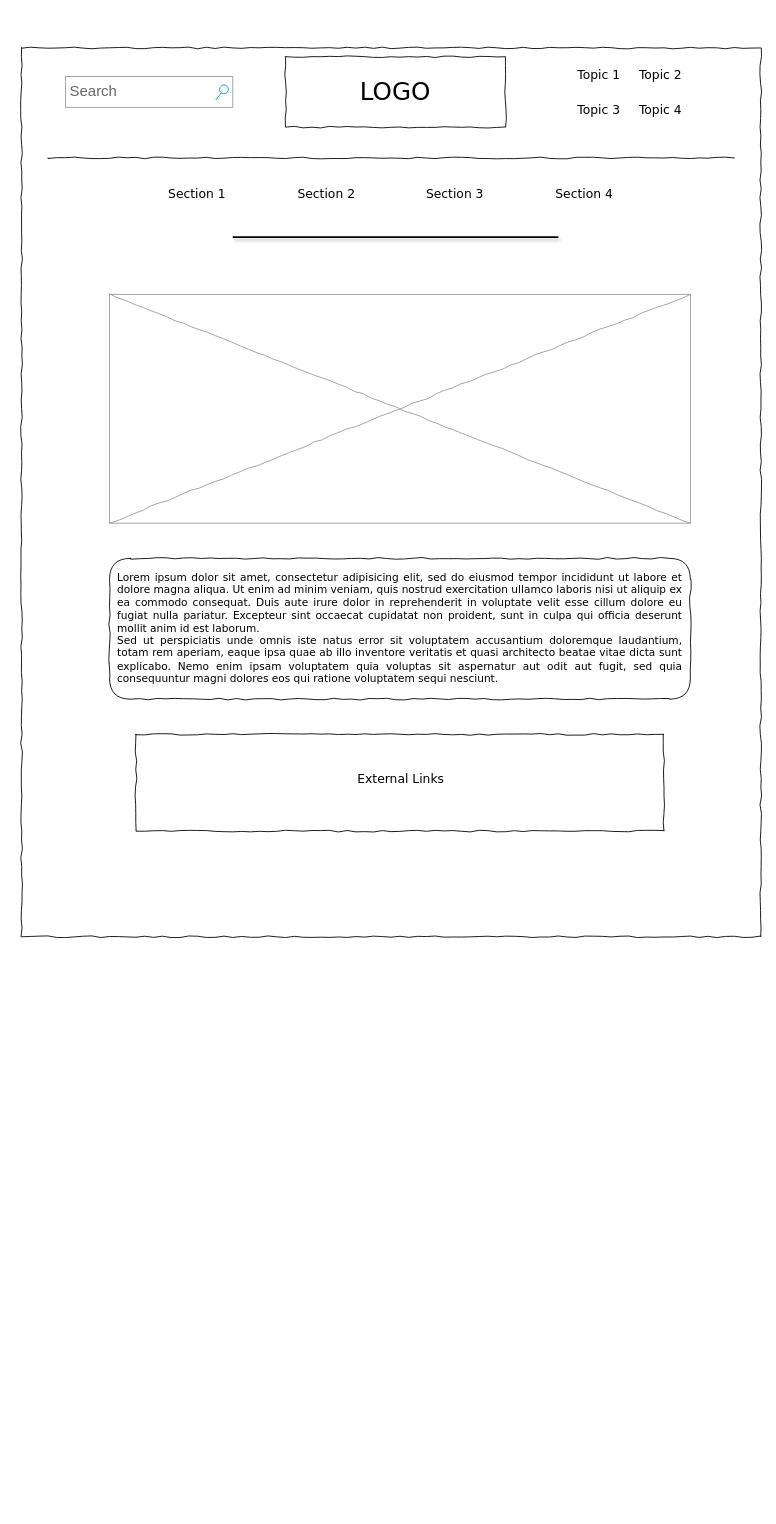
Before: Mobile-wireframe.drawio in kicknback/Portfolio, a draw.io diagram. Source tidied: cells renumbered, new cells numbered last; positions are measured from the earlier drawing's top-left corner, leaving out a move shared by most shapes. Both pictures are drawn from the tidied source at 88%, with x=0, y=0 at pixel (21, 48).
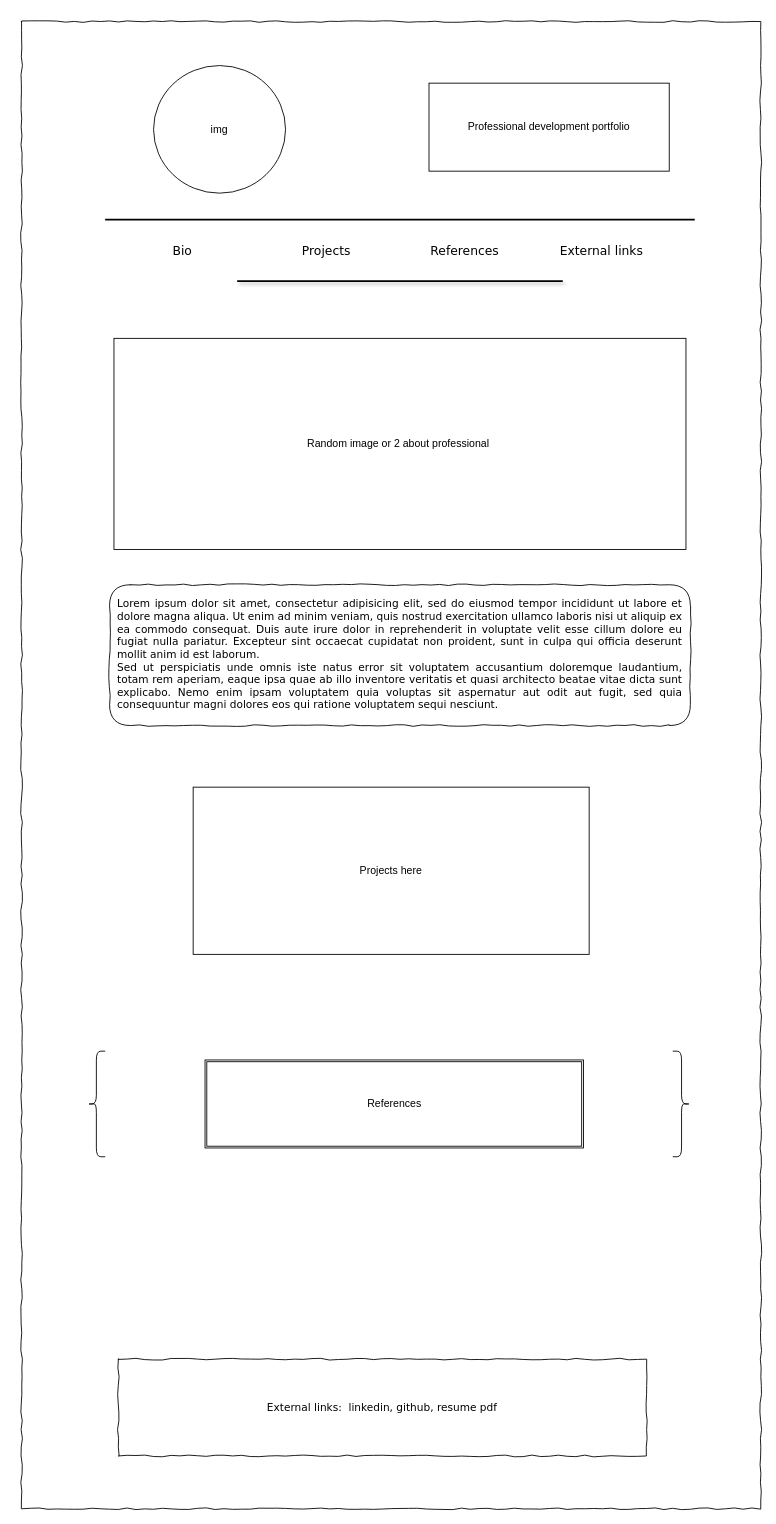
Above is the later version.

What changed in the source:
```diff
@@
 <mxGraphModel background="#ffffff">
   <root>
     <mxCell id="0" />
     <mxCell id="1" parent="0" />
     <mxCell id="2" style="edgeStyle=orthogonalEdgeStyle;rounded=0;orthogonalLoop=1;jettySize=auto;html=1;exitX=0;exitY=0;exitDx=0;exitDy=0;entryX=0;entryY=0;entryDx=0;entryDy=0;" parent="1" edge="1" source="3" target="3">
       <mxGeometry relative="1" as="geometry" />
     </mxCell>
     <mxCell id="3" style="whiteSpace=wrap;html=1;rounded=0;shadow=0;labelBackgroundColor=none;strokeColor=#000000;strokeWidth=1;fillColor=none;fontFamily=Verdana;fontSize=12;fontColor=#000000;align=center;comic=1;" parent="1" vertex="1">
-      <mxGeometry width="840" height="1010" as="geometry" />
+      <mxGeometry y="-30" width="840" height="1690" as="geometry" />
     </mxCell>
-    <mxCell id="4" value="LOGO" style="whiteSpace=wrap;html=1;rounded=0;shadow=0;labelBackgroundColor=none;strokeWidth=1;fontFamily=Verdana;fontSize=28;align=center;comic=1;" parent="1" vertex="1">
-      <mxGeometry x="300" y="10" width="250" height="80" as="geometry" />
-    </mxCell>
-    <mxCell id="5" value="Search" style="strokeWidth=1;shadow=0;dashed=0;align=center;html=1;shape=mxgraph.mockup.forms.searchBox;strokeColor=#999999;mainText=;strokeColor2=#008cff;fontColor=#666666;fontSize=17;align=left;spacingLeft=3;rounded=0;labelBackgroundColor=none;comic=1;" parent="1" vertex="1">
-      <mxGeometry x="50" y="32.5" width="190" height="35" as="geometry" />
-    </mxCell>
-    <mxCell id="6" value="Topic 1" style="text;html=1;align=left;verticalAlign=top;spacingTop=-4;fontSize=14;fontFamily=Verdana;" parent="1" vertex="1">
-      <mxGeometry x="630" y="20" width="60" height="20" as="geometry" />
-    </mxCell>
-    <mxCell id="7" value="Topic 2" style="text;html=1;align=left;verticalAlign=top;spacingTop=-4;fontSize=14;fontFamily=Verdana;" parent="1" vertex="1">
-      <mxGeometry x="700" y="20" width="60" height="20" as="geometry" />
-    </mxCell>
-    <mxCell id="8" value="Topic 3" style="text;html=1;align=left;verticalAlign=top;spacingTop=-4;fontSize=14;fontFamily=Verdana;" parent="1" vertex="1">
-      <mxGeometry x="630" y="60" width="60" height="20" as="geometry" />
-    </mxCell>
-    <mxCell id="9" value="Topic 4" style="text;html=1;align=left;verticalAlign=top;spacingTop=-4;fontSize=14;fontFamily=Verdana;" parent="1" vertex="1">
-      <mxGeometry x="700" y="60" width="60" height="20" as="geometry" />
-    </mxCell>
-    <mxCell id="10" style="line;strokeWidth=1;html=1;rounded=0;shadow=0;labelBackgroundColor=none;fillColor=none;fontFamily=Verdana;fontSize=14;fontColor=#000000;align=center;comic=1;" parent="1" vertex="1">
-      <mxGeometry x="30" y="120" width="780" height="10" as="geometry" />
-    </mxCell>
-    <mxCell id="11" value="Section 1" style="text;html=1;align=left;verticalAlign=top;spacingTop=-4;fontSize=14;fontFamily=Verdana;" parent="1" vertex="1">
-      <mxGeometry x="165" y="155" width="60" height="20" as="geometry" />
+    <mxCell id="11" value="Bio" style="text;html=1;align=left;verticalAlign=top;spacingTop=-4;fontSize=14;fontFamily=Verdana;" parent="1" vertex="1">
+      <mxGeometry x="170" y="220" width="60" height="20" as="geometry" />
     </mxCell>
-    <mxCell id="12" value="Section 2" style="text;html=1;align=left;verticalAlign=top;spacingTop=-4;fontSize=14;fontFamily=Verdana;" parent="1" vertex="1">
-      <mxGeometry x="312" y="155" width="60" height="20" as="geometry" />
+    <mxCell id="12" value="Projects" style="text;html=1;align=left;verticalAlign=top;spacingTop=-4;fontSize=14;fontFamily=Verdana;" parent="1" vertex="1">
+      <mxGeometry x="317" y="220" width="60" height="20" as="geometry" />
     </mxCell>
-    <mxCell id="13" value="Section 3" style="text;html=1;align=left;verticalAlign=top;spacingTop=-4;fontSize=14;fontFamily=Verdana;" parent="1" vertex="1">
-      <mxGeometry x="458" y="155" width="60" height="20" as="geometry" />
+    <mxCell id="13" value="References" style="text;html=1;align=left;verticalAlign=top;spacingTop=-4;fontSize=14;fontFamily=Verdana;" parent="1" vertex="1">
+      <mxGeometry x="463" y="220" width="60" height="20" as="geometry" />
     </mxCell>
-    <mxCell id="14" value="Section 4" style="text;html=1;align=left;verticalAlign=top;spacingTop=-4;fontSize=14;fontFamily=Verdana;" parent="1" vertex="1">
-      <mxGeometry x="605" y="155" width="60" height="20" as="geometry" />
+    <mxCell id="14" value="External links" style="text;html=1;align=left;verticalAlign=top;spacingTop=-4;fontSize=14;fontFamily=Verdana;" parent="1" vertex="1">
+      <mxGeometry x="610" y="220" width="60" height="20" as="geometry" />
     </mxCell>
     <mxCell id="15" value="&lt;div style=&quot;text-align: justify&quot;&gt;&lt;span&gt;Lorem ipsum dolor sit amet, consectetur adipisicing elit, sed do eiusmod tempor incididunt ut labore et dolore magna aliqua. Ut enim ad minim veniam, quis nostrud exercitation ullamco laboris nisi ut aliquip ex ea commodo consequat. Duis aute irure dolor in reprehenderit in voluptate velit esse cillum dolore eu fugiat nulla pariatur. Excepteur sint occaecat cupidatat non proident, sunt in culpa qui officia deserunt mollit anim id est laborum.&lt;/span&gt;&lt;/div&gt;&lt;div style=&quot;text-align: justify&quot;&gt;&lt;span&gt;Sed ut perspiciatis unde omnis iste natus error sit voluptatem accusantium doloremque laudantium, totam rem aperiam, eaque ipsa quae ab illo inventore veritatis et quasi architecto beatae vitae dicta sunt explicabo. Nemo enim ipsam voluptatem quia voluptas sit aspernatur aut odit aut fugit, sed quia consequuntur magni dolores eos qui ratione voluptatem sequi nesciunt.&amp;nbsp;&lt;/span&gt;&lt;/div&gt;" style="whiteSpace=wrap;html=1;rounded=1;shadow=0;labelBackgroundColor=none;strokeWidth=1;fillColor=none;fontFamily=Verdana;fontSize=12;align=center;verticalAlign=top;spacing=10;comic=1;" parent="1" vertex="1">
-      <mxGeometry x="100" y="580" width="660" height="160" as="geometry" />
+      <mxGeometry x="100" y="610" width="660" height="160" as="geometry" />
     </mxCell>
-    <mxCell id="16" style="verticalLabelPosition=bottom;shadow=0;dashed=0;align=center;html=1;verticalAlign=top;strokeWidth=1;shape=mxgraph.mockup.graphics.simpleIcon;strokeColor=#999999;rounded=0;labelBackgroundColor=none;fontFamily=Verdana;fontSize=14;fontColor=#000000;comic=1;" parent="1" vertex="1">
-      <mxGeometry x="100" y="280" width="660" height="260" as="geometry" />
-    </mxCell>
-    <mxCell id="17" style="whiteSpace=wrap;html=1;rounded=0;shadow=0;labelBackgroundColor=none;strokeWidth=1;fillColor=none;fontFamily=Verdana;fontSize=12;align=center;comic=1;" parent="1" vertex="1">
-      <mxGeometry x="130" y="780" width="600" height="110" as="geometry" />
+    <mxCell id="17" value="External links:&amp;nbsp; linkedin, github, resume pdf" style="whiteSpace=wrap;html=1;rounded=0;shadow=0;labelBackgroundColor=none;strokeWidth=1;fillColor=none;fontFamily=Verdana;fontSize=12;align=center;comic=1;" parent="1" vertex="1">
+      <mxGeometry x="110" y="1490" width="600" height="110" as="geometry" />
     </mxCell>
-    <mxCell id="18" value="External Links" style="text;html=1;align=left;verticalAlign=top;spacingTop=-4;fontSize=14;fontFamily=Verdana;" parent="1" vertex="1">
-      <mxGeometry x="380" y="820" width="120" height="50" as="geometry" />
-    </mxCell>
     <mxCell id="19" style="line;strokeWidth=2;html=1;rounded=1;shadow=1;glass=0;gradientColor=none;" parent="1" vertex="1">
-      <mxGeometry x="240" y="210" width="370" height="10" as="geometry" />
+      <mxGeometry x="245" y="260" width="370" height="10" as="geometry" />
     </mxCell>
+    <mxCell id="20" value="img" style="ellipse;whiteSpace=wrap;html=1;" parent="1" vertex="1">
+      <mxGeometry x="150" y="20" width="150" height="145" as="geometry" />
+    </mxCell>
+    <mxCell id="21" value="Professional development portfolio" style="rounded=0;whiteSpace=wrap;html=1;" parent="1" vertex="1">
+      <mxGeometry x="463" y="40" width="273" height="100" as="geometry" />
+    </mxCell>
+    <mxCell id="22" value="Random image or 2 about professional&amp;nbsp;" style="rounded=0;whiteSpace=wrap;html=1;" parent="1" vertex="1">
+      <mxGeometry x="105" y="330" width="650" height="240" as="geometry" />
+    </mxCell>
+    <mxCell id="23" value="Projects here" style="rounded=0;whiteSpace=wrap;html=1;" parent="1" vertex="1">
+      <mxGeometry x="195" y="840" width="450" height="190" as="geometry" />
+    </mxCell>
+    <mxCell id="24" style="line;strokeWidth=2;html=1;" parent="1" vertex="1">
+      <mxGeometry x="95" y="190" width="670" height="10" as="geometry" />
+    </mxCell>
+    <mxCell id="25" style="shape=curlyBracket;whiteSpace=wrap;html=1;rounded=1;" parent="1" vertex="1">
+      <mxGeometry x="75" y="1140" width="20" height="120" as="geometry" />
+    </mxCell>
+    <mxCell id="26" style="shape=curlyBracket;whiteSpace=wrap;html=1;rounded=1;flipH=1;" parent="1" vertex="1">
+      <mxGeometry x="740" y="1140" width="20" height="120" as="geometry" />
+    </mxCell>
+    <mxCell id="27" value="References" style="shape=ext;double=1;rounded=0;whiteSpace=wrap;html=1;" parent="1" vertex="1">
+      <mxGeometry x="208.5" y="1150" width="430" height="100" as="geometry" />
+    </mxCell>
   </root>
 </mxGraphModel>
```
